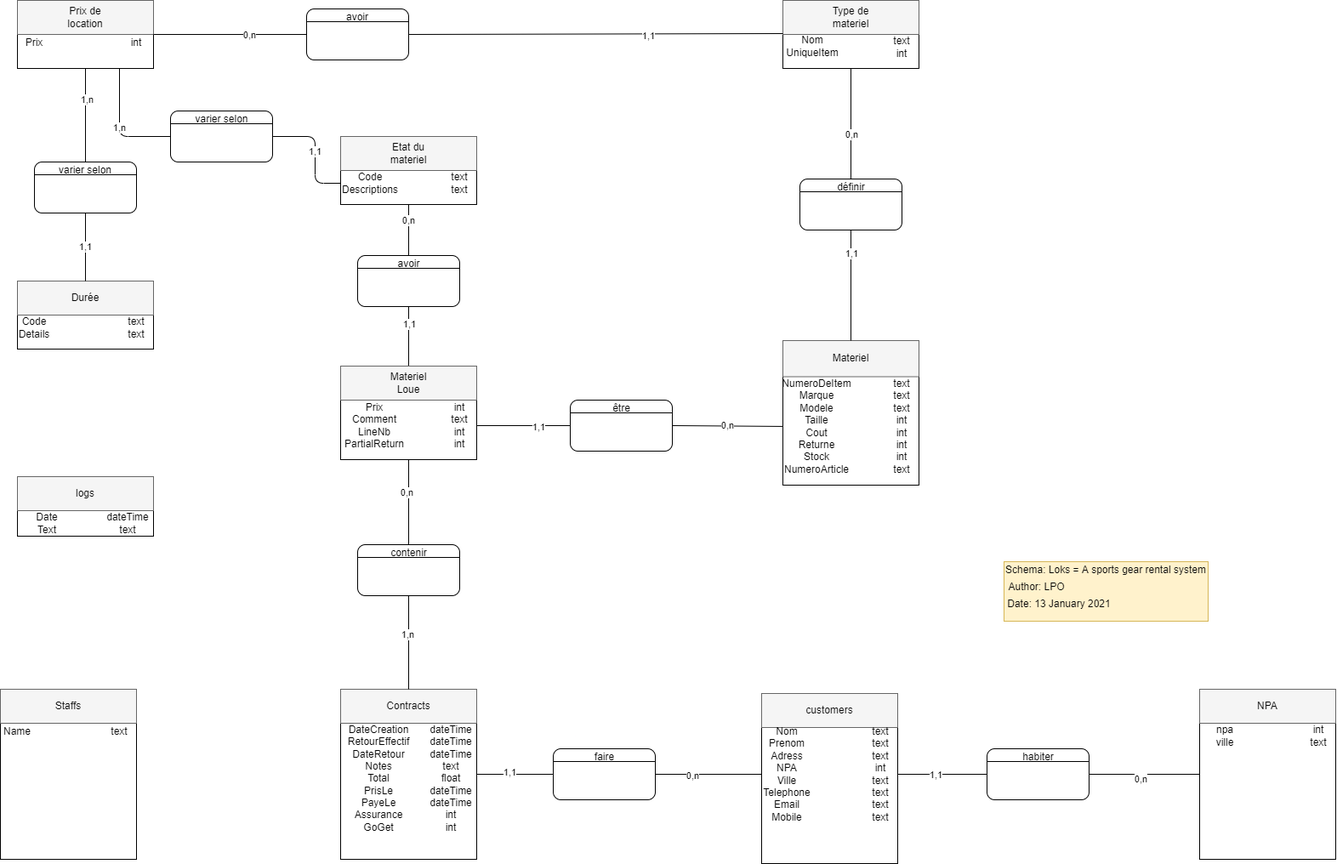
Before: docs/workbench/MCD.png, a diagram exported from draw.io (LPOdev/Sploks). Source tidied: cells renumbered, new cells last; positions are measured from the earlier drawing's top-left corner, leaving out a move shared by most shapes.
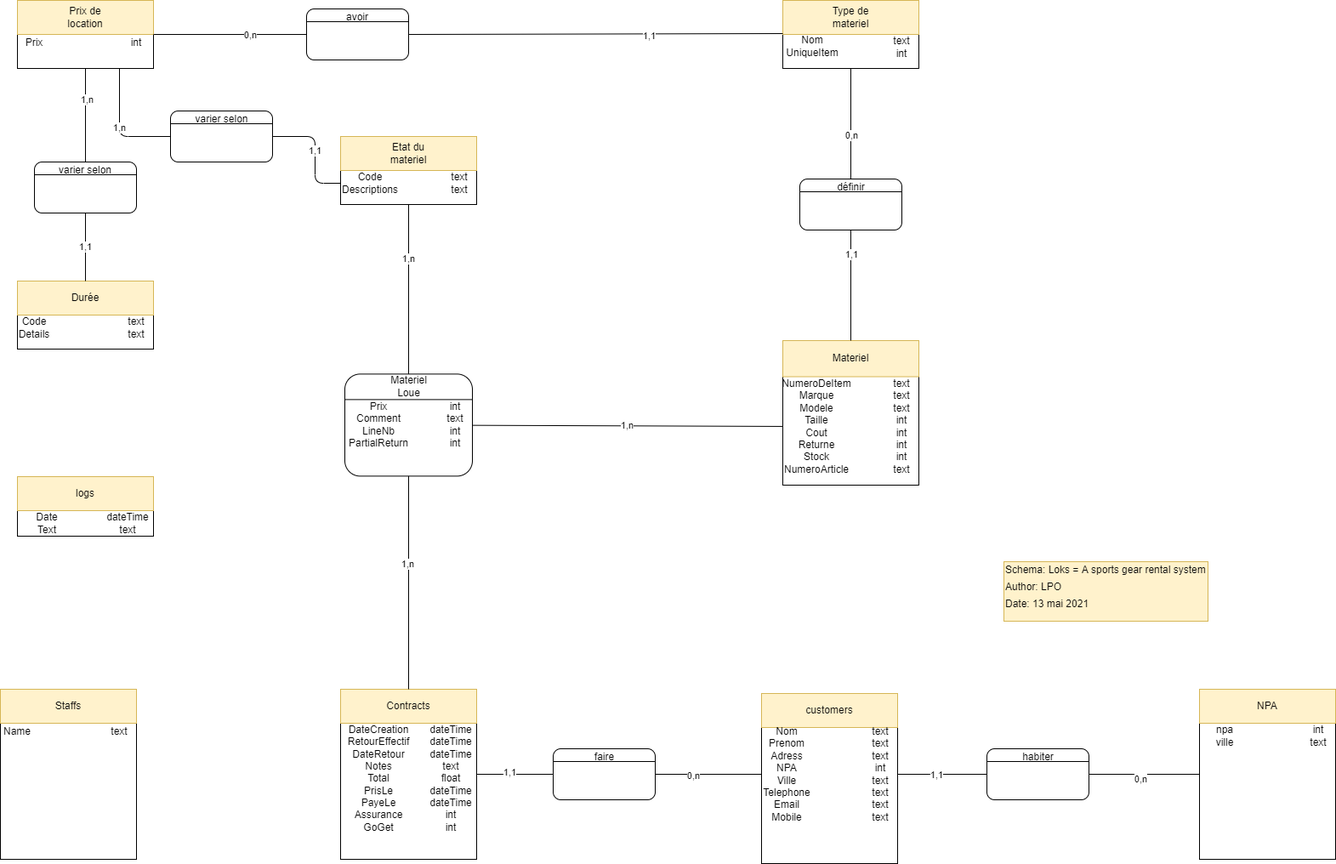
After the commit.

What changed in the source:
```diff
@@ -5,19 +5,19 @@
     <mxCell id="2" style="rounded=0;whiteSpace=wrap;html=1;fillColor=#fff2cc;strokeColor=#d6b656;" parent="1" vertex="1">
       <mxGeometry x="1180" y="660" width="240" height="70" as="geometry" />
     </mxCell>
-    <mxCell id="3" value="&lt;font style=&quot;font-size: 12px&quot;&gt;Schema: Loks = A sports gear rental system&lt;/font&gt;" style="text;html=1;strokeColor=none;fillColor=none;align=center;verticalAlign=middle;whiteSpace=wrap;rounded=0;" parent="1" vertex="1">
+    <mxCell id="3" value="&lt;font style=&quot;font-size: 12px&quot;&gt;Schema: Loks = A sports gear rental system&lt;/font&gt;" style="text;html=1;strokeColor=none;fillColor=none;align=left;verticalAlign=middle;whiteSpace=wrap;rounded=0;" parent="1" vertex="1">
       <mxGeometry x="1180" y="660" width="240" height="20" as="geometry" />
     </mxCell>
-    <mxCell id="4" value="Author: LPO" style="text;html=1;strokeColor=none;fillColor=none;align=center;verticalAlign=middle;whiteSpace=wrap;rounded=0;" parent="1" vertex="1">
+    <mxCell id="4" value="Author: LPO" style="text;html=1;strokeColor=none;fillColor=none;align=left;verticalAlign=middle;whiteSpace=wrap;rounded=0;" parent="1" vertex="1">
       <mxGeometry x="1180" y="680" width="77.5" height="20" as="geometry" />
     </mxCell>
-    <mxCell id="5" value="Date: 13 January 2021" style="text;html=1;strokeColor=none;fillColor=none;align=center;verticalAlign=middle;whiteSpace=wrap;rounded=0;" parent="1" vertex="1">
+    <mxCell id="5" value="Date: 13 mai 2021" style="text;html=1;strokeColor=none;fillColor=none;align=left;verticalAlign=middle;whiteSpace=wrap;rounded=0;" parent="1" vertex="1">
       <mxGeometry x="1180" y="700" width="130" height="20" as="geometry" />
     </mxCell>
     <mxCell id="6" style="rounded=0;whiteSpace=wrap;html=1;" parent="1" vertex="1">
       <mxGeometry y="810" width="160" height="200" as="geometry" />
     </mxCell>
-    <mxCell id="7" style="rounded=0;whiteSpace=wrap;html=1;fillColor=#f5f5f5;strokeColor=#666666;fontColor=#333333;" parent="1" vertex="1">
+    <mxCell id="7" style="rounded=0;whiteSpace=wrap;html=1;fillColor=#fff2cc;strokeColor=#d6b656;" parent="1" vertex="1">
       <mxGeometry y="810" width="160" height="40" as="geometry" />
     </mxCell>
     <mxCell id="8" value="Staffs" style="text;html=1;strokeColor=none;fillColor=none;align=center;verticalAlign=middle;whiteSpace=wrap;rounded=0;" parent="1" vertex="1">
@@ -32,7 +32,7 @@
     <mxCell id="11" style="rounded=0;whiteSpace=wrap;html=1;" parent="1" vertex="1">
       <mxGeometry x="895" y="815" width="160" height="200" as="geometry" />
     </mxCell>
-    <mxCell id="12" style="rounded=0;whiteSpace=wrap;html=1;fillColor=#f5f5f5;strokeColor=#666666;fontColor=#333333;" parent="1" vertex="1">
+    <mxCell id="12" style="rounded=0;whiteSpace=wrap;html=1;fillColor=#fff2cc;strokeColor=#d6b656;" parent="1" vertex="1">
       <mxGeometry x="895" y="815" width="160" height="40" as="geometry" />
     </mxCell>
     <mxCell id="13" value="customers" style="text;html=1;strokeColor=none;fillColor=none;align=center;verticalAlign=middle;whiteSpace=wrap;rounded=0;" parent="1" vertex="1">
@@ -47,7 +47,7 @@
     <mxCell id="16" style="rounded=0;whiteSpace=wrap;html=1;" parent="1" vertex="1">
       <mxGeometry x="20" y="330" width="160" height="80" as="geometry" />
     </mxCell>
-    <mxCell id="17" style="rounded=0;whiteSpace=wrap;html=1;fillColor=#f5f5f5;strokeColor=#666666;fontColor=#333333;" parent="1" vertex="1">
+    <mxCell id="17" style="rounded=0;whiteSpace=wrap;html=1;fillColor=#fff2cc;strokeColor=#d6b656;" parent="1" vertex="1">
       <mxGeometry x="20" y="330" width="160" height="40" as="geometry" />
     </mxCell>
     <mxCell id="18" value="Durée" style="text;html=1;strokeColor=none;fillColor=none;align=center;verticalAlign=middle;whiteSpace=wrap;rounded=0;" parent="1" vertex="1">
@@ -65,7 +65,7 @@
     <mxCell id="22" style="rounded=0;whiteSpace=wrap;html=1;" parent="1" vertex="1">
       <mxGeometry x="20" width="160" height="80" as="geometry" />
     </mxCell>
-    <mxCell id="23" style="rounded=0;whiteSpace=wrap;html=1;fillColor=#f5f5f5;strokeColor=#666666;fontColor=#333333;" parent="1" vertex="1">
+    <mxCell id="23" style="rounded=0;whiteSpace=wrap;html=1;fillColor=#fff2cc;strokeColor=#d6b656;" parent="1" vertex="1">
       <mxGeometry x="20" width="160" height="40" as="geometry" />
     </mxCell>
     <mxCell id="24" value="Prix de location" style="text;html=1;strokeColor=none;fillColor=none;align=center;verticalAlign=middle;whiteSpace=wrap;rounded=0;" parent="1" vertex="1">
@@ -80,7 +80,7 @@
     <mxCell id="27" style="rounded=0;whiteSpace=wrap;html=1;" parent="1" vertex="1">
       <mxGeometry x="400" y="810" width="160" height="200" as="geometry" />
     </mxCell>
-    <mxCell id="28" style="rounded=0;whiteSpace=wrap;html=1;fillColor=#f5f5f5;strokeColor=#666666;fontColor=#333333;" parent="1" vertex="1">
+    <mxCell id="28" style="rounded=0;whiteSpace=wrap;html=1;fillColor=#fff2cc;strokeColor=#d6b656;" parent="1" vertex="1">
       <mxGeometry x="400" y="810" width="160" height="40" as="geometry" />
     </mxCell>
     <mxCell id="29" value="Contracts" style="text;html=1;strokeColor=none;fillColor=none;align=center;verticalAlign=middle;whiteSpace=wrap;rounded=0;" parent="1" vertex="1">
@@ -112,7 +112,7 @@
     <mxCell id="37" style="rounded=0;whiteSpace=wrap;html=1;" parent="36" vertex="1">
       <mxGeometry width="160" height="80" as="geometry" />
     </mxCell>
-    <mxCell id="38" style="rounded=0;whiteSpace=wrap;html=1;fillColor=#f5f5f5;strokeColor=#666666;fontColor=#333333;" parent="36" vertex="1">
+    <mxCell id="38" style="rounded=0;whiteSpace=wrap;html=1;fillColor=#fff2cc;strokeColor=#d6b656;" parent="36" vertex="1">
       <mxGeometry width="160" height="40" as="geometry" />
     </mxCell>
     <mxCell id="39" value="Etat du materiel" style="text;html=1;strokeColor=none;fillColor=none;align=center;verticalAlign=middle;whiteSpace=wrap;rounded=0;" parent="36" vertex="1">
@@ -175,7 +175,7 @@
     <mxCell id="55" style="rounded=0;whiteSpace=wrap;html=1;" parent="54" vertex="1">
       <mxGeometry width="160" height="170" as="geometry" />
     </mxCell>
-    <mxCell id="56" style="rounded=0;whiteSpace=wrap;html=1;fillColor=#f5f5f5;strokeColor=#666666;fontColor=#333333;" parent="54" vertex="1">
+    <mxCell id="56" style="rounded=0;whiteSpace=wrap;html=1;fillColor=#fff2cc;strokeColor=#d6b656;" parent="54" vertex="1">
       <mxGeometry width="160" height="42.5" as="geometry" />
     </mxCell>
     <mxCell id="57" value="Materiel" style="text;html=1;strokeColor=none;fillColor=none;align=center;verticalAlign=middle;whiteSpace=wrap;rounded=0;" parent="54" vertex="1">
@@ -193,7 +193,7 @@
     <mxCell id="61" style="rounded=0;whiteSpace=wrap;html=1;rotation=0;" parent="60" vertex="1">
       <mxGeometry width="160" height="80" as="geometry" />
     </mxCell>
-    <mxCell id="62" style="rounded=0;whiteSpace=wrap;html=1;fillColor=#f5f5f5;strokeColor=#666666;fontColor=#333333;rotation=0;" parent="60" vertex="1">
+    <mxCell id="62" style="rounded=0;whiteSpace=wrap;html=1;fillColor=#fff2cc;strokeColor=#d6b656;rotation=0;" parent="60" vertex="1">
       <mxGeometry width="160" height="40" as="geometry" />
     </mxCell>
     <mxCell id="63" value="Type de materiel" style="text;html=1;strokeColor=none;fillColor=none;align=center;verticalAlign=middle;whiteSpace=wrap;rounded=0;rotation=0;" parent="60" vertex="1">
@@ -244,36 +244,18 @@
     <mxCell id="78" style="endArrow=none;html=1;entryX=1;entryY=0.25;entryDx=0;entryDy=0;exitX=0;exitY=0.25;exitDx=0;exitDy=0;" parent="1" edge="1" source="73" target="73">
       <mxGeometry relative="1" as="geometry" />
     </mxCell>
-    <mxCell id="79" style="endArrow=none;html=1;entryX=0.5;entryY=1;entryDx=0;entryDy=0;exitX=0.5;exitY=0;exitDx=0;exitDy=0;" parent="1" edge="1" source="112" target="37">
+    <mxCell id="79" style="endArrow=none;html=1;entryX=0.5;entryY=1;entryDx=0;entryDy=0;" parent="1" edge="1" source="135" target="37">
       <mxGeometry relative="1" as="geometry" />
     </mxCell>
-    <mxCell id="80" value="0,n" style="edgeLabel;html=1;align=center;verticalAlign=middle;" parent="79" vertex="1">
+    <mxCell id="80" value="1,n" style="edgeLabel;html=1;align=center;verticalAlign=middle;" parent="79" vertex="1">
       <mxGeometry x="0.36" y="1" relative="1" as="geometry" />
     </mxCell>
-    <mxCell id="81" style="endArrow=none;html=1;entryX=0.5;entryY=1;entryDx=0;entryDy=0;exitX=0.5;exitY=0;exitDx=0;exitDy=0;" parent="1" edge="1" source="107" target="112">
-      <mxGeometry relative="1" as="geometry" />
-    </mxCell>
-    <mxCell id="82" value="1,1" style="edgeLabel;html=1;align=center;verticalAlign=middle;" parent="81" vertex="1">
-      <mxGeometry x="0.43" relative="1" as="geometry" />
-    </mxCell>
-    <mxCell id="83" style="rounded=1;whiteSpace=wrap;html=1;" parent="1" vertex="1">
-      <mxGeometry x="420" y="640" width="120" height="60" as="geometry" />
-    </mxCell>
-    <mxCell id="84" style="endArrow=none;html=1;entryX=0.5;entryY=1;entryDx=0;entryDy=0;exitX=0.5;exitY=0;exitDx=0;exitDy=0;" parent="1" edge="1" source="83" target="106">
-      <mxGeometry relative="1" as="geometry" />
-    </mxCell>
-    <mxCell id="85" value="0,n" style="edgeLabel;html=1;align=center;verticalAlign=middle;" parent="84" vertex="1">
-      <mxGeometry x="0.21" y="3" relative="1" as="geometry" />
-    </mxCell>
-    <mxCell id="86" style="endArrow=none;html=1;entryX=0.5;entryY=1;entryDx=0;entryDy=0;exitX=0.5;exitY=0;exitDx=0;exitDy=0;" parent="1" edge="1" source="28" target="83">
+    <mxCell id="86" style="endArrow=none;html=1;entryX=0.5;entryY=1;entryDx=0;entryDy=0;exitX=0.5;exitY=0;exitDx=0;exitDy=0;" parent="1" edge="1" source="28" target="135">
       <mxGeometry relative="1" as="geometry" />
     </mxCell>
     <mxCell id="87" value="1,n" style="edgeLabel;html=1;align=center;verticalAlign=middle;" parent="86" vertex="1">
       <mxGeometry x="0.18" y="2" relative="1" as="geometry" />
     </mxCell>
-    <mxCell id="88" style="endArrow=none;html=1;entryX=1;entryY=0.25;entryDx=0;entryDy=0;exitX=0;exitY=0.25;exitDx=0;exitDy=0;" parent="1" edge="1" source="83" target="83">
-      <mxGeometry relative="1" as="geometry" />
-    </mxCell>
     <mxCell id="89" style="endArrow=none;html=1;entryX=0;entryY=0.5;entryDx=0;entryDy=0;exitX=1;exitY=0.5;exitDx=0;exitDy=0;" parent="1" edge="1" source="91" target="14">
       <mxGeometry relative="1" as="geometry" />
     </mxCell>
@@ -292,15 +274,6 @@
     <mxCell id="94" value="1,1" style="edgeLabel;html=1;align=center;verticalAlign=middle;" parent="93" vertex="1">
       <mxGeometry x="-0.15" y="3" relative="1" as="geometry" />
     </mxCell>
-    <mxCell id="95" style="rounded=1;whiteSpace=wrap;html=1;" parent="1" vertex="1">
-      <mxGeometry x="670" y="470" width="120" height="60" as="geometry" />
-    </mxCell>
-    <mxCell id="96" style="endArrow=none;html=1;entryX=0;entryY=0.5;entryDx=0;entryDy=0;exitX=1;exitY=0.5;exitDx=0;exitDy=0;" parent="1" edge="1" source="110" target="95">
-      <mxGeometry relative="1" as="geometry" />
-    </mxCell>
-    <mxCell id="97" value="1,1" style="edgeLabel;html=1;align=center;verticalAlign=middle;" parent="96" vertex="1">
-      <mxGeometry x="0.31" y="-1" relative="1" as="geometry" />
-    </mxCell>
     <mxCell id="98" style="rounded=1;whiteSpace=wrap;html=1;" parent="1" vertex="1">
       <mxGeometry x="1160" y="880" width="120" height="60" as="geometry" />
     </mxCell>
@@ -323,45 +296,9 @@
     <mxCell id="103" style="endArrow=none;html=1;entryX=1;entryY=0.25;entryDx=0;entryDy=0;exitX=0;exitY=0.25;exitDx=0;exitDy=0;" parent="1" edge="1" source="98" target="98">
       <mxGeometry relative="1" as="geometry" />
     </mxCell>
-    <mxCell id="104" style="group;" parent="1" vertex="1">
-      <mxGeometry x="400" y="430" width="160" height="110" as="geometry" />
-    </mxCell>
-    <mxCell id="105" style="group;" parent="104" vertex="1">
-      <mxGeometry width="160" height="110" as="geometry" />
-    </mxCell>
-    <mxCell id="106" style="rounded=0;whiteSpace=wrap;html=1;" parent="105" vertex="1">
-      <mxGeometry width="160" height="110" as="geometry" />
-    </mxCell>
-    <mxCell id="107" style="rounded=0;whiteSpace=wrap;html=1;fillColor=#f5f5f5;strokeColor=#666666;fontColor=#333333;" parent="105" vertex="1">
-      <mxGeometry width="160" height="40" as="geometry" />
-    </mxCell>
-    <mxCell id="108" value="Materiel&lt;br&gt;Loue" style="text;html=1;strokeColor=none;fillColor=none;align=center;verticalAlign=middle;whiteSpace=wrap;rounded=0;" parent="105" vertex="1">
-      <mxGeometry x="60" y="10" width="40" height="20" as="geometry" />
-    </mxCell>
-    <mxCell id="109" value="Prix&lt;br&gt;Comment&lt;br&gt;LineNb&lt;br&gt;PartialReturn" style="text;html=1;strokeColor=none;fillColor=none;align=center;verticalAlign=middle;whiteSpace=wrap;rounded=0;" parent="105" vertex="1">
-      <mxGeometry y="40" width="80" height="60" as="geometry" />
-    </mxCell>
-    <mxCell id="110" value="int&lt;br&gt;text&lt;br&gt;int&lt;br&gt;int" style="text;html=1;strokeColor=none;fillColor=none;align=center;verticalAlign=middle;whiteSpace=wrap;rounded=0;" parent="105" vertex="1">
-      <mxGeometry x="120" y="40" width="40" height="60" as="geometry" />
-    </mxCell>
-    <mxCell id="111" style="group;" parent="1" vertex="1">
-      <mxGeometry x="420" y="300" width="120" height="60" as="geometry" />
-    </mxCell>
-    <mxCell id="112" style="rounded=1;whiteSpace=wrap;html=1;" parent="111" vertex="1">
-      <mxGeometry width="120" height="60" as="geometry" />
-    </mxCell>
-    <mxCell id="113" style="endArrow=none;html=1;entryX=1;entryY=0.25;entryDx=0;entryDy=0;exitX=0;exitY=0.25;exitDx=0;exitDy=0;" parent="111" edge="1" source="112" target="112">
-      <mxGeometry relative="1" as="geometry" />
-    </mxCell>
-    <mxCell id="114" value="avoir" style="text;html=1;align=center;verticalAlign=middle;" parent="111" vertex="1">
-      <mxGeometry x="40" width="40" height="20" as="geometry" />
-    </mxCell>
-    <mxCell id="115" value="0,n" style="endArrow=none;html=1;entryX=1;entryY=0.5;entryDx=0;entryDy=0;exitX=0;exitY=0.5;exitDx=0;exitDy=0;" parent="1" edge="1" source="58" target="95">
+    <mxCell id="115" value="1,n" style="endArrow=none;html=1;exitX=0;exitY=0.5;exitDx=0;exitDy=0;" parent="1" edge="1" source="58" target="135">
       <mxGeometry relative="1" as="geometry" />
     </mxCell>
-    <mxCell id="116" value="contenir" style="text;html=1;align=center;verticalAlign=middle;" parent="1" vertex="1">
-      <mxGeometry x="450" y="640" width="60" height="20" as="geometry" />
-    </mxCell>
     <mxCell id="117" value="faire" style="text;html=1;align=center;verticalAlign=middle;" parent="1" vertex="1">
       <mxGeometry x="690" y="880" width="40" height="20" as="geometry" />
     </mxCell>
@@ -371,7 +308,7 @@
     <mxCell id="119" style="rounded=0;whiteSpace=wrap;html=1;" parent="118" vertex="1">
       <mxGeometry width="160" height="200" as="geometry" />
     </mxCell>
-    <mxCell id="120" style="rounded=0;whiteSpace=wrap;html=1;fillColor=#f5f5f5;strokeColor=#666666;fontColor=#333333;" parent="118" vertex="1">
+    <mxCell id="120" style="rounded=0;whiteSpace=wrap;html=1;fillColor=#fff2cc;strokeColor=#d6b656;" parent="118" vertex="1">
       <mxGeometry width="160" height="40" as="geometry" />
     </mxCell>
     <mxCell id="121" value="NPA" style="text;html=1;strokeColor=none;fillColor=none;align=center;verticalAlign=middle;whiteSpace=wrap;rounded=0;" parent="118" vertex="1">
@@ -383,19 +320,13 @@
     <mxCell id="123" value="int&lt;br&gt;text" style="text;html=1;strokeColor=none;fillColor=none;align=center;verticalAlign=middle;whiteSpace=wrap;rounded=0;" parent="118" vertex="1">
       <mxGeometry x="120" y="40" width="40" height="30" as="geometry" />
     </mxCell>
-    <mxCell id="124" style="endArrow=none;html=1;exitX=0;exitY=0.25;exitDx=0;exitDy=0;entryX=1;entryY=0.25;entryDx=0;entryDy=0;" parent="1" edge="1" source="95" target="95">
-      <mxGeometry relative="1" as="geometry" />
-    </mxCell>
-    <mxCell id="125" value="être" style="text;html=1;align=center;verticalAlign=middle;" parent="1" vertex="1">
-      <mxGeometry x="710" y="470" width="40" height="20" as="geometry" />
-    </mxCell>
     <mxCell id="126" style="group;" parent="1" vertex="1">
       <mxGeometry x="20" y="560" width="160" height="70" as="geometry" />
     </mxCell>
     <mxCell id="127" style="rounded=0;whiteSpace=wrap;html=1;" parent="126" vertex="1">
       <mxGeometry width="160" height="70" as="geometry" />
     </mxCell>
-    <mxCell id="128" style="rounded=0;whiteSpace=wrap;html=1;fillColor=#f5f5f5;strokeColor=#666666;fontColor=#333333;" parent="126" vertex="1">
+    <mxCell id="128" style="rounded=0;whiteSpace=wrap;html=1;fillColor=#fff2cc;strokeColor=#d6b656;" parent="126" vertex="1">
       <mxGeometry width="160" height="40" as="geometry" />
     </mxCell>
     <mxCell id="129" value="logs" style="text;html=1;strokeColor=none;fillColor=none;align=center;verticalAlign=middle;whiteSpace=wrap;rounded=0;" parent="126" vertex="1">
@@ -413,5 +344,23 @@
     <mxCell id="133" value="définir" style="text;html=1;align=center;verticalAlign=middle;" parent="1" vertex="1">
       <mxGeometry x="975" y="210" width="50" height="20" as="geometry" />
     </mxCell>
+    <mxCell id="134" style="group;" parent="1" vertex="1">
+      <mxGeometry x="405" y="439.4" width="150" height="120" as="geometry" />
+    </mxCell>
+    <mxCell id="135" style="rounded=1;whiteSpace=wrap;html=1;" parent="134" vertex="1">
+      <mxGeometry width="150" height="120" as="geometry" />
+    </mxCell>
+    <mxCell id="136" style="endArrow=none;html=1;rounded=0;entryX=1;entryY=0.25;entryDx=0;entryDy=0;exitX=0;exitY=0.25;exitDx=0;exitDy=0;" parent="134" edge="1" source="135" target="135">
+      <mxGeometry relative="1" as="geometry" />
+    </mxCell>
+    <mxCell id="108" value="Materiel&lt;br&gt;Loue" style="text;html=1;align=center;verticalAlign=middle;strokeColor=none;fillColor=none;" parent="134" vertex="1">
+      <mxGeometry x="45" width="60" height="30" as="geometry" />
+    </mxCell>
+    <mxCell id="109" value="Prix&lt;br&gt;Comment&lt;br&gt;LineNb&lt;br&gt;PartialReturn" style="text;html=1;strokeColor=none;fillColor=none;align=center;verticalAlign=middle;whiteSpace=wrap;rounded=0;" parent="134" vertex="1">
+      <mxGeometry y="30" width="80" height="60" as="geometry" />
+    </mxCell>
+    <mxCell id="110" value="int&lt;br&gt;text&lt;br&gt;int&lt;br&gt;int" style="text;html=1;strokeColor=none;fillColor=none;align=center;verticalAlign=middle;whiteSpace=wrap;rounded=0;" parent="134" vertex="1">
+      <mxGeometry x="110" y="30" width="40" height="60" as="geometry" />
+    </mxCell>
   </root>
 </mxGraphModel>
```
